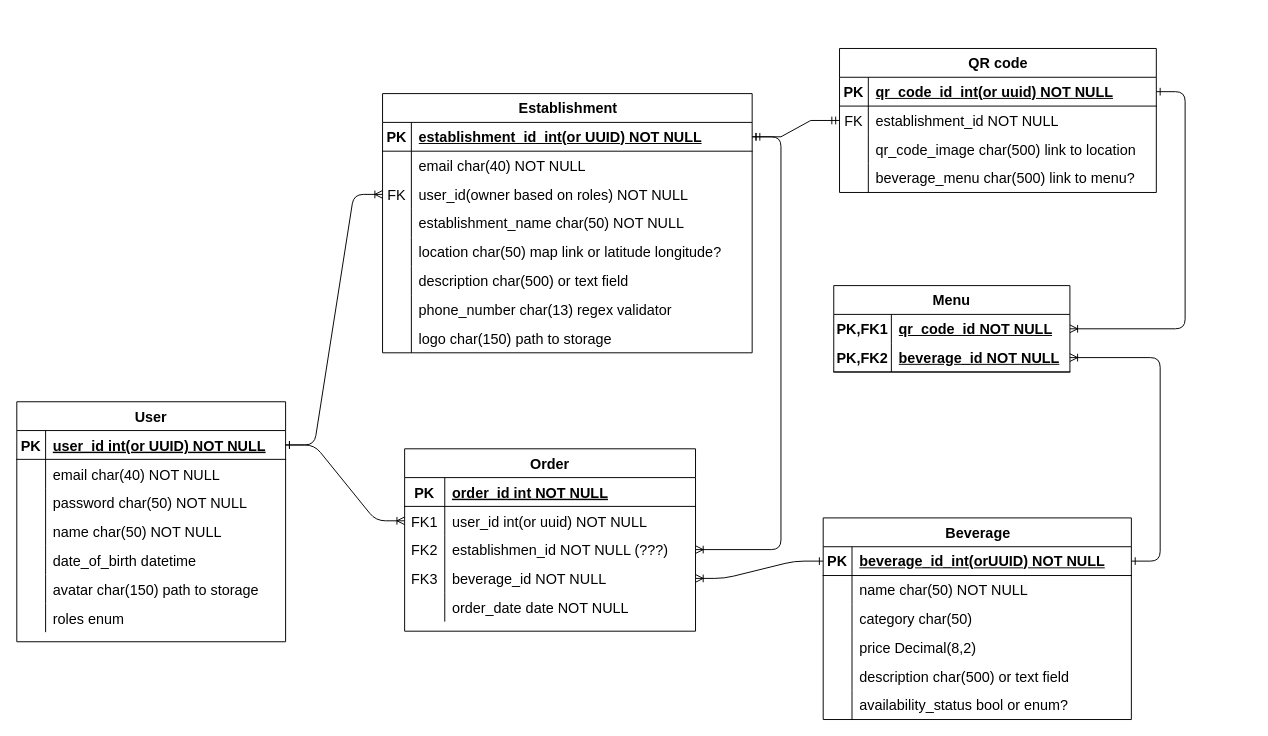
Above: entities.drawio in Reviro-Spring-TechStart2024-T1/backend (draw.io), before the change. Source tidied: cells renumbered, new cells numbered last; positions are measured from the earlier drawing's top-left corner, leaving out a move shared by most shapes. Both pictures are drawn from the tidied source at 96%, with x=0, y=0 at pixel (16, 48).
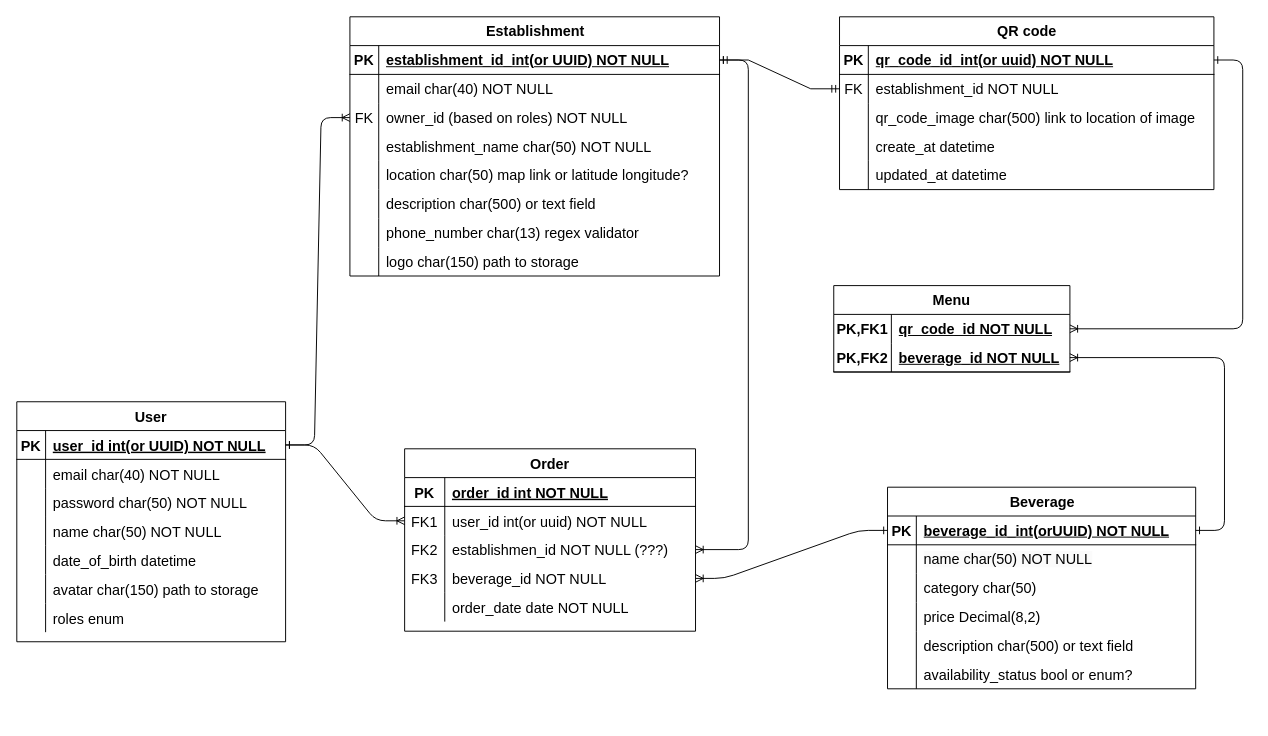
The same diagram, later.

Unchanged cells that the change refers to:
```xml
<mxCell id="49" style="shape=tableRow;horizontal=0;startSize=0;swimlaneHead=0;swimlaneBody=0;fillColor=none;points=[[0,0.5],[1,0.5]];portConstraint=eastwest;top=0;left=0;right=0;bottom=0;fontSize=15;" parent="42" vertex="1">
  <mxGeometry y="90" width="385" height="30" as="geometry" />
</mxCell>
```

Change to the diagram source:
```diff
@@
     <mxCell id="42" value="Establishment" style="shape=table;startSize=30;childLayout=tableLayout;rowLines=0;fontStyle=1;align=center;html=1;fontSize=15;" parent="1" vertex="1">
-      <mxGeometry x="381" y="47" width="385" height="270" as="geometry" />
+      <mxGeometry x="347" y="-33" width="385" height="270" as="geometry" />
     </mxCell>
@@
-    <mxCell id="51" value="user_id(owner based on roles) NOT NULL" style="shape=partialRectangle;fillColor=none;top=0;left=0;bottom=0;right=0;align=left;spacingLeft=6;overflow=hidden;whiteSpace=wrap;html=1;fontSize=15;" parent="49" vertex="1">
+    <mxCell id="51" value="owner_id&amp;nbsp;&lt;span style=&quot;background-color: initial;&quot;&gt;(based on roles) NOT NULL&lt;/span&gt;" style="shape=partialRectangle;fillColor=none;top=0;left=0;bottom=0;right=0;align=left;spacingLeft=6;overflow=hidden;whiteSpace=wrap;html=1;fontSize=15;" parent="49" vertex="1">
       <mxGeometry x="30" width="355" height="30" as="geometry" />
     </mxCell>
@@
     <mxCell id="67" value="Beverage" style="shape=table;startSize=30;childLayout=tableLayout;rowLines=0;fontStyle=1;align=center;html=1;fontSize=15;" parent="1" vertex="1">
-      <mxGeometry x="840" y="489" width="321" height="210" as="geometry" />
+      <mxGeometry x="907" y="457" width="321" height="210" as="geometry" />
     </mxCell>
@@
     <mxCell id="87" value="QR code" style="shape=table;startSize=30;childLayout=tableLayout;rowLines=0;fontStyle=1;align=center;html=1;fontSize=15;" parent="1" vertex="1">
-      <mxGeometry x="857" width="330" height="150" as="geometry" />
+      <mxGeometry x="857" y="-33" width="390" height="180" as="geometry" />
     </mxCell>
     <mxCell id="88" style="shape=tableRow;horizontal=0;startSize=0;swimlaneHead=0;swimlaneBody=0;fillColor=none;points=[[0,0.5],[1,0.5]];portConstraint=eastwest;top=0;left=0;right=0;bottom=1;fontSize=15;" parent="87" vertex="1">
-      <mxGeometry y="30" width="330" height="30" as="geometry" />
+      <mxGeometry y="30" width="390" height="30" as="geometry" />
     </mxCell>
@@
     <mxCell id="90" value="qr_code_id_int(or uuid) NOT NULL" style="shape=partialRectangle;fillColor=none;top=0;left=0;bottom=0;right=0;align=left;spacingLeft=6;fontStyle=5;overflow=hidden;whiteSpace=wrap;html=1;fontSize=15;" parent="88" vertex="1">
-      <mxGeometry x="30" width="300" height="30" as="geometry" />
+      <mxGeometry x="30" width="360" height="30" as="geometry" />
     </mxCell>
     <mxCell id="91" style="shape=tableRow;horizontal=0;startSize=0;swimlaneHead=0;swimlaneBody=0;fillColor=none;points=[[0,0.5],[1,0.5]];portConstraint=eastwest;top=0;left=0;right=0;bottom=0;fontSize=15;" parent="87" vertex="1">
-      <mxGeometry y="60" width="330" height="30" as="geometry" />
+      <mxGeometry y="60" width="390" height="30" as="geometry" />
     </mxCell>
@@
     <mxCell id="93" value="establishment_id NOT NULL" style="shape=partialRectangle;fillColor=none;top=0;left=0;bottom=0;right=0;align=left;spacingLeft=6;overflow=hidden;whiteSpace=wrap;html=1;fontSize=15;" parent="91" vertex="1">
-      <mxGeometry x="30" width="300" height="30" as="geometry" />
+      <mxGeometry x="30" width="360" height="30" as="geometry" />
     </mxCell>
     <mxCell id="94" style="shape=tableRow;horizontal=0;startSize=0;swimlaneHead=0;swimlaneBody=0;fillColor=none;top=0;left=0;right=0;bottom=0;fontSize=15;" parent="87" vertex="1">
-      <mxGeometry y="90" width="330" height="30" as="geometry" />
+      <mxGeometry y="90" width="390" height="30" as="geometry" />
     </mxCell>
@@
-    <mxCell id="96" value="qr_code_image char(500) link to location" style="shape=partialRectangle;fillColor=none;top=0;left=0;bottom=0;right=0;align=left;spacingLeft=6;overflow=hidden;whiteSpace=wrap;html=1;fontSize=15;" parent="94" vertex="1">
-      <mxGeometry x="30" width="300" height="30" as="geometry" />
+    <mxCell id="96" value="qr_code_image char(500) link to location of image" style="shape=partialRectangle;fillColor=none;top=0;left=0;bottom=0;right=0;align=left;spacingLeft=6;overflow=hidden;whiteSpace=wrap;html=1;fontSize=15;" parent="94" vertex="1">
+      <mxGeometry x="30" width="360" height="30" as="geometry" />
     </mxCell>
-    <mxCell id="97" style="shape=tableRow;horizontal=0;startSize=0;swimlaneHead=0;swimlaneBody=0;fillColor=none;top=0;left=0;right=0;bottom=0;fontSize=15;" parent="87" vertex="1">
-      <mxGeometry y="120" width="330" height="30" as="geometry" />
-    </mxCell>
-    <mxCell id="98" style="shape=partialRectangle;fillColor=none;top=0;left=0;bottom=0;right=0;overflow=hidden;whiteSpace=wrap;html=1;fontSize=15;" parent="97" vertex="1">
-      <mxGeometry width="30" height="30" as="geometry" />
-    </mxCell>
-    <mxCell id="99" value="beverage_menu char(500) link to menu?" style="shape=partialRectangle;fillColor=none;top=0;left=0;bottom=0;right=0;align=left;spacingLeft=6;overflow=hidden;whiteSpace=wrap;html=1;fontSize=15;" parent="97" vertex="1">
-      <mxGeometry x="30" width="300" height="30" as="geometry" />
-    </mxCell>
+    <mxCell id="111" style="shape=tableRow;horizontal=0;startSize=0;swimlaneHead=0;swimlaneBody=0;fillColor=none;top=0;left=0;right=0;bottom=0;fontSize=15;" parent="87" vertex="1">
+      <mxGeometry y="120" width="390" height="30" as="geometry" />
+    </mxCell>
+    <mxCell id="112" style="shape=partialRectangle;fillColor=none;top=0;left=0;bottom=0;right=0;overflow=hidden;whiteSpace=wrap;html=1;fontSize=15;" parent="111" vertex="1">
+      <mxGeometry width="30" height="30" as="geometry" />
+    </mxCell>
+    <mxCell id="113" value="create_at datetime" style="shape=partialRectangle;fillColor=none;top=0;left=0;bottom=0;right=0;align=left;spacingLeft=6;overflow=hidden;whiteSpace=wrap;html=1;fontSize=15;" parent="111" vertex="1">
+      <mxGeometry x="30" width="360" height="30" as="geometry" />
+    </mxCell>
+    <mxCell id="114" style="shape=tableRow;horizontal=0;startSize=0;swimlaneHead=0;swimlaneBody=0;fillColor=none;top=0;left=0;right=0;bottom=0;fontSize=15;" parent="87" vertex="1">
+      <mxGeometry y="150" width="390" height="30" as="geometry" />
+    </mxCell>
+    <mxCell id="115" style="shape=partialRectangle;fillColor=none;top=0;left=0;bottom=0;right=0;overflow=hidden;whiteSpace=wrap;html=1;fontSize=15;" parent="114" vertex="1">
+      <mxGeometry width="30" height="30" as="geometry" />
+    </mxCell>
+    <mxCell id="116" value="updated&lt;span style=&quot;background-color: initial;&quot;&gt;_at datetime&lt;/span&gt;" style="shape=partialRectangle;fillColor=none;top=0;left=0;bottom=0;right=0;align=left;spacingLeft=6;overflow=hidden;whiteSpace=wrap;html=1;fontSize=15;" parent="114" vertex="1">
+      <mxGeometry x="30" width="360" height="30" as="geometry" />
+    </mxCell>
```
